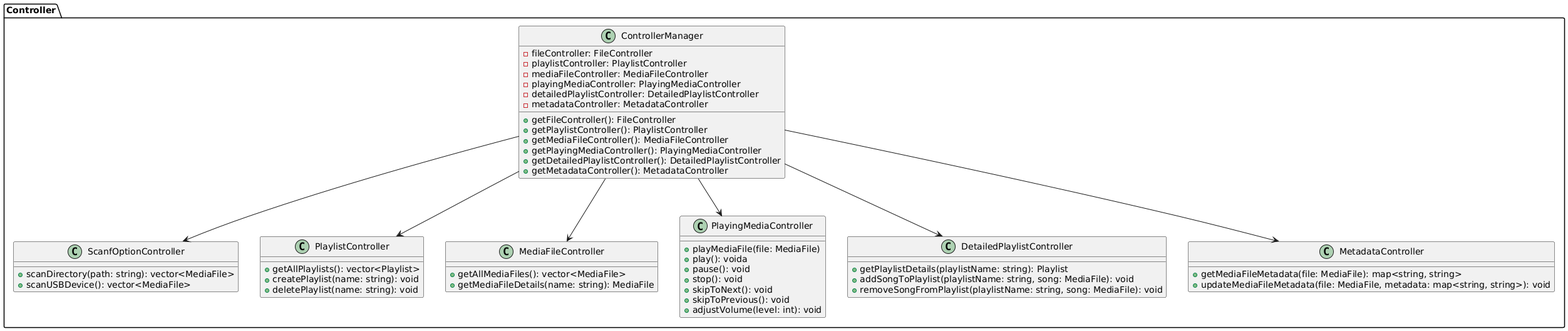
This is project/docs/controller/controller.png from Weizy-NTT/Spotify-rep-1-1, a PlantUML export, as it was before one commit.
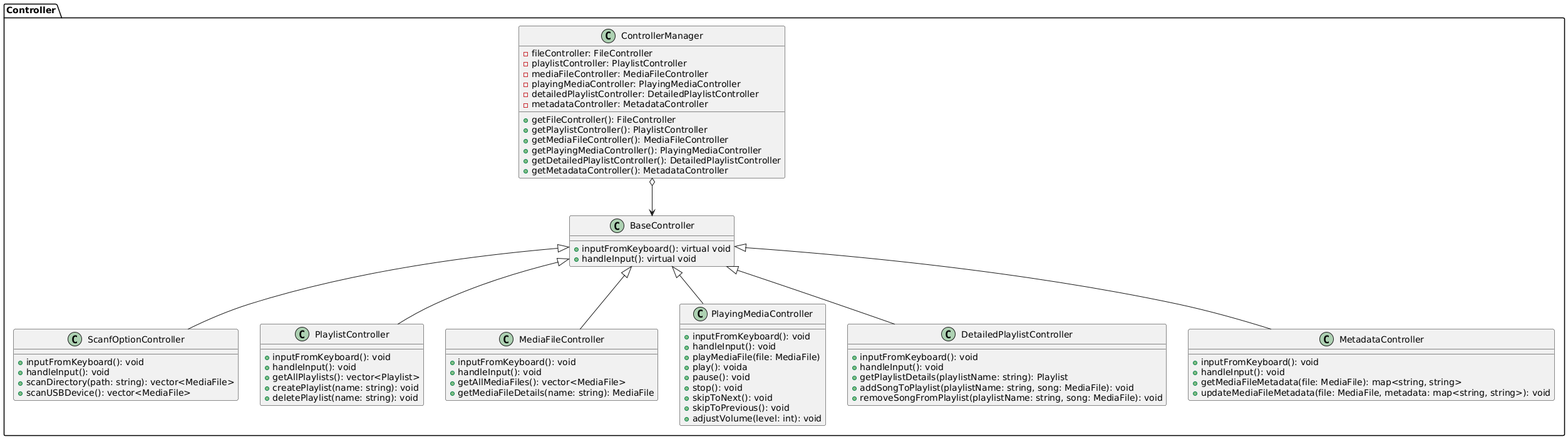
The same file after the commit.

What changed in the source:
```diff
@@ -1,23 +1,35 @@
 @startuml
 package Controller {
+    class BaseController {
+        + inputFromKeyboard(): virtual void
+        + handleInput(): virtual void
+    }
+
     class ScanfOptionController {
+        + inputFromKeyboard(): void
+        + handleInput(): void
         + scanDirectory(path: string): vector<MediaFile>
         + scanUSBDevice(): vector<MediaFile>
-
     }
 
     class PlaylistController {
+        + inputFromKeyboard(): void
+        + handleInput(): void
         + getAllPlaylists(): vector<Playlist>
         + createPlaylist(name: string): void
         + deletePlaylist(name: string): void
     }
 
     class MediaFileController {
+        + inputFromKeyboard(): void
+        + handleInput(): void
         + getAllMediaFiles(): vector<MediaFile>
         + getMediaFileDetails(name: string): MediaFile
     }
 
     class PlayingMediaController {
+        + inputFromKeyboard(): void
+        + handleInput(): void
         + playMediaFile(file: MediaFile)
         + play(): voida
         + pause(): void
@@ -28,12 +40,16 @@
     }
 
     class DetailedPlaylistController {
+        + inputFromKeyboard(): void
+        + handleInput(): void
         + getPlaylistDetails(playlistName: string): Playlist
         + addSongToPlaylist(playlistName: string, song: MediaFile): void
         + removeSongFromPlaylist(playlistName: string, song: MediaFile): void
     }
 
     class MetadataController {
+        + inputFromKeyboard(): void
+        + handleInput(): void
         + getMediaFileMetadata(file: MediaFile): map<string, string>
         + updateMediaFileMetadata(file: MediaFile, metadata: map<string, string>): void
     }
@@ -54,11 +70,13 @@
         + getMetadataController(): MetadataController
     }
 
-    ControllerManager --> ScanfOptionController
-    ControllerManager --> PlaylistController
-    ControllerManager --> MediaFileController
-    ControllerManager --> PlayingMediaController
-    ControllerManager --> DetailedPlaylistController
-    ControllerManager --> MetadataController
+    BaseController <|-- ScanfOptionController
+    BaseController <|-- PlaylistController
+    BaseController <|-- MediaFileController
+    BaseController <|-- PlayingMediaController
+    BaseController <|-- DetailedPlaylistController
+    BaseController <|-- MetadataController
+
+    ControllerManager o--> BaseController
 }
 @enduml
```
